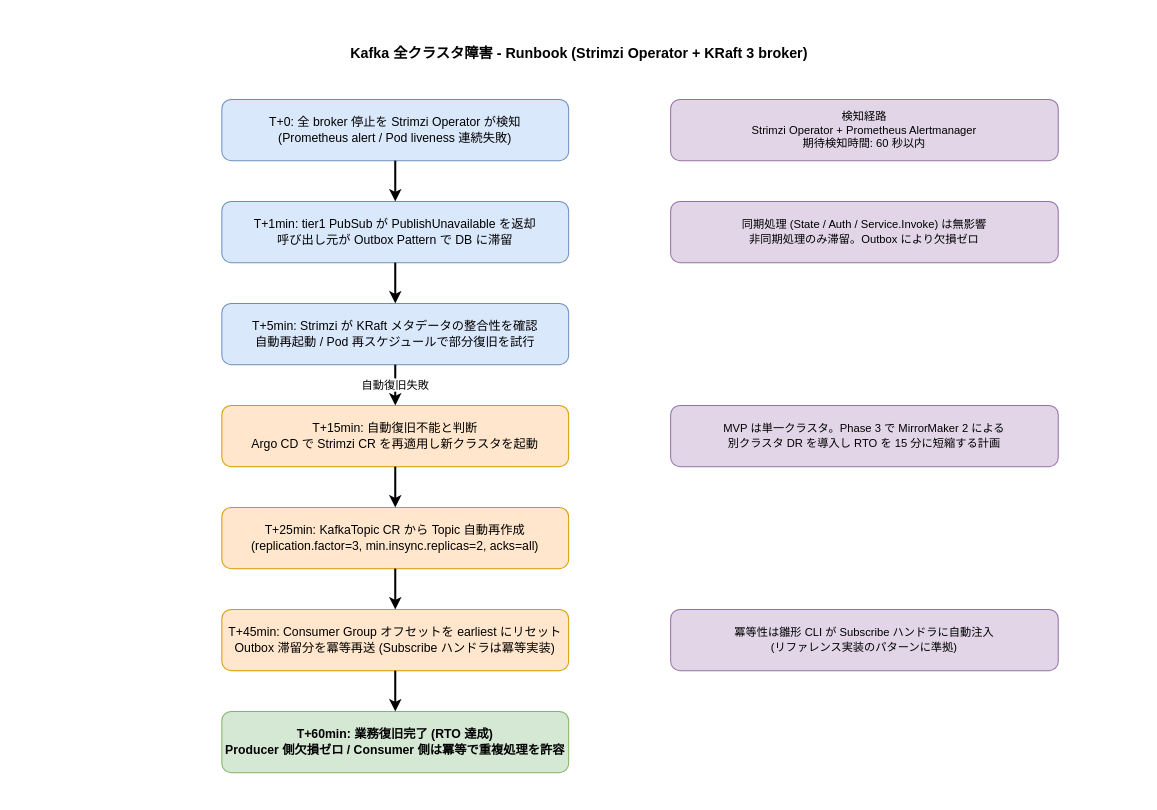
Before: docs/02_構想設計/01_アーキテクチャ/02_可用性と信頼性/06_壊滅的障害シナリオ/img/kafka_全壊復旧フロー.drawio in RyuheiKiso/k1s0, a draw.io diagram. Source tidied: cells renumbered, new cells numbered last; positions are measured from the earlier drawing's top-left corner, leaving out a move shared by most shapes. Both pictures are drawn from the tidied source at 102%, with x=0, y=0 at pixel (17, 17).
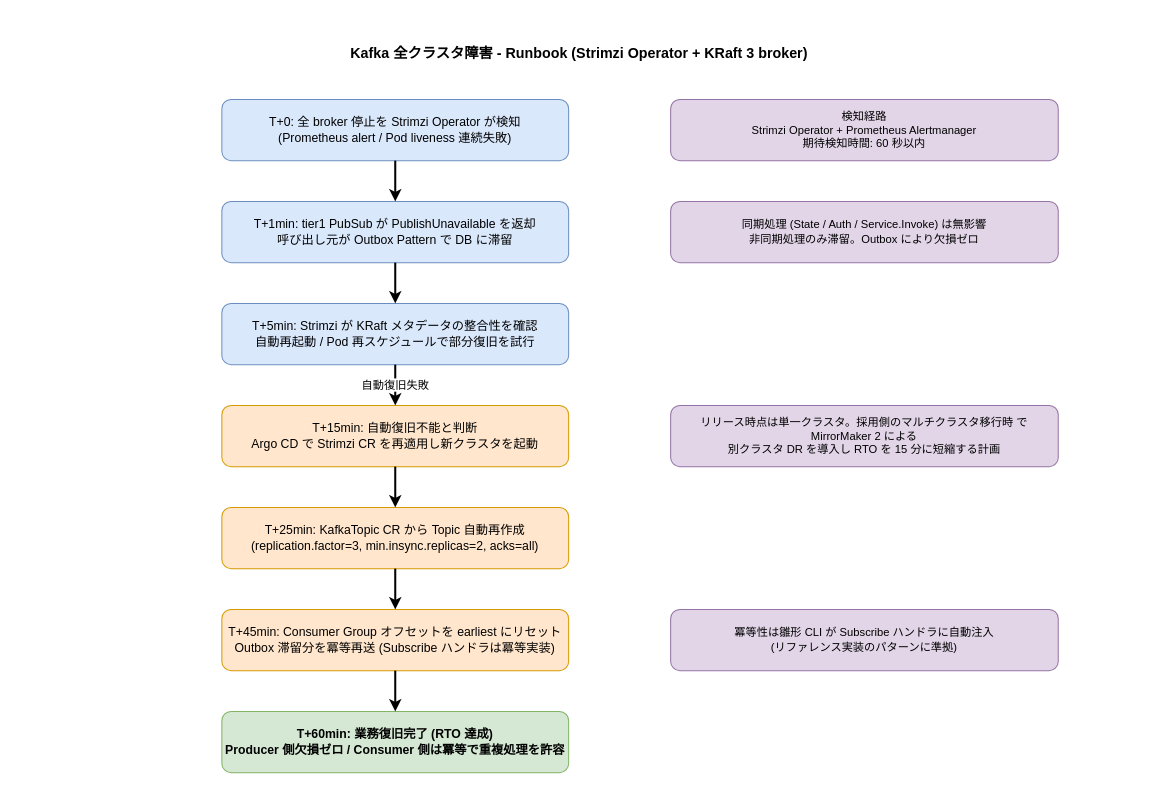
The same page after the edit.

Diff of the diagram source:
```diff
@@
-    <mxCell id="13" value="MVP は単一クラスタ。Phase 3 で MirrorMaker 2 による&#10;別クラスタ DR を導入し RTO を 15 分に短縮する計画" style="rounded=1;whiteSpace=wrap;html=1;fillColor=#e1d5e7;strokeColor=#9673a6;fontSize=11;" parent="1" vertex="1">
+    <mxCell id="13" value="リリース時点は単一クラスタ。採用側のマルチクラスタ移行時 で MirrorMaker 2 による&#10;別クラスタ DR を導入し RTO を 15 分に短縮する計画" style="rounded=1;whiteSpace=wrap;html=1;fillColor=#e1d5e7;strokeColor=#9673a6;fontSize=11;" parent="1" vertex="1">
       <mxGeometry x="640" y="380" width="380" height="60" as="geometry" />
     </mxCell>
```
